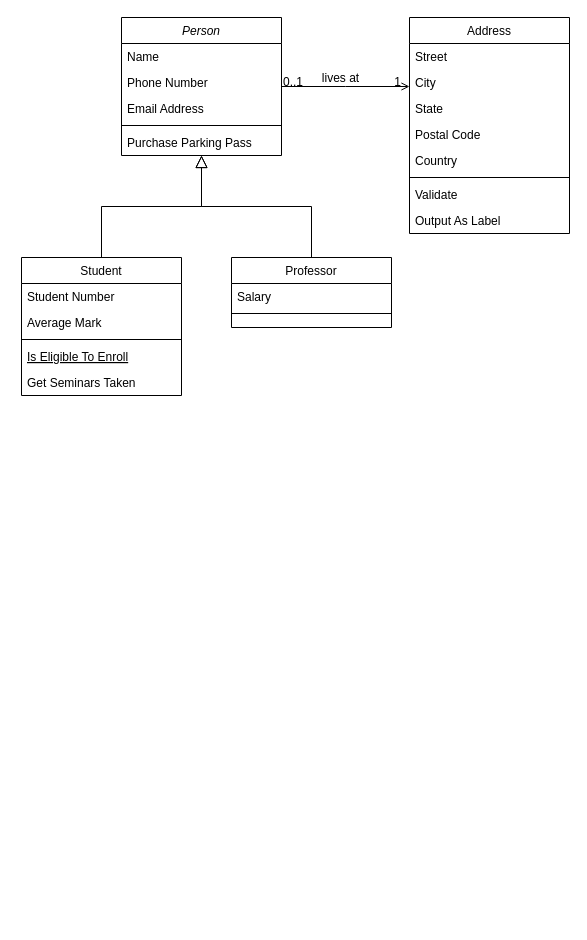
The draw.io diagram Class-Diagram-Perpus-Digital.drawio in septihadiilham/tefa, before the edit. Source tidied: cells renumbered, new cells numbered last; positions are measured from the earlier drawing's top-left corner, leaving out a move shared by most shapes. Both pictures are drawn from the tidied source at 100%, with x=0, y=0 at pixel (21, 17).
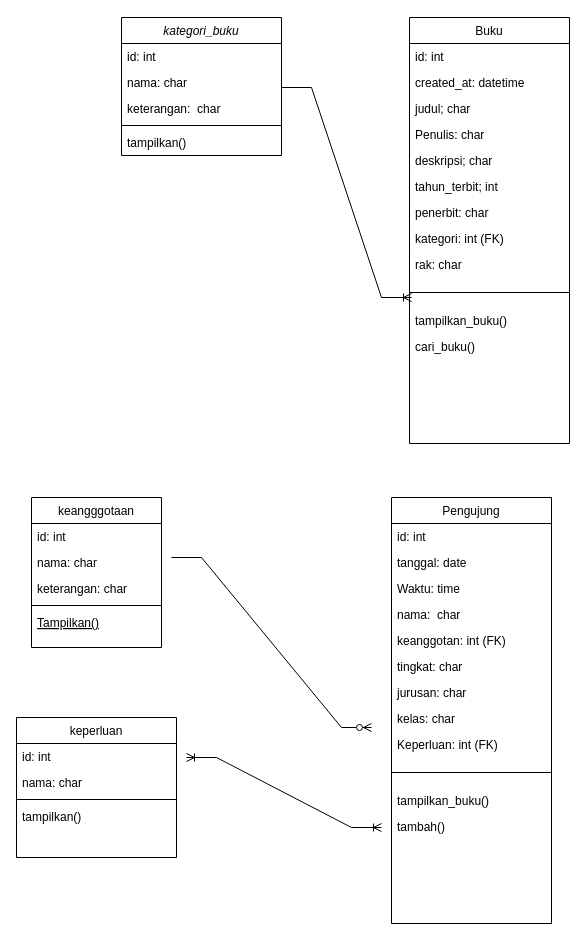
Above is the later version.

Diff of the diagram source:
```diff
@@
-    <mxCell id="2" value="Person" style="swimlane;fontStyle=2;align=center;verticalAlign=top;horizontal=1;startSize=26;rounded=0;shadow=0;strokeWidth=1;" parent="1" vertex="1">
+    <mxCell id="2" value="kategori_buku" style="swimlane;fontStyle=2;align=center;verticalAlign=top;horizontal=1;startSize=26;rounded=0;shadow=0;strokeWidth=1;" parent="1" vertex="1">
       <mxGeometry x="100" width="160" height="138" as="geometry" />
     </mxCell>
-    <mxCell id="3" value="Name" style="text;align=left;verticalAlign=top;spacingLeft=4;spacingRight=4;overflow=hidden;" parent="2" vertex="1">
+    <mxCell id="3" value="id: int" style="text;align=left;verticalAlign=top;spacingLeft=4;spacingRight=4;overflow=hidden;" parent="2" vertex="1">
       <mxGeometry y="26" width="160" height="26" as="geometry" />
     </mxCell>
-    <mxCell id="4" value="Phone Number" style="text;align=left;verticalAlign=top;spacingLeft=4;spacingRight=4;overflow=hidden;rounded=0;shadow=0;html=0;" parent="2" vertex="1">
+    <mxCell id="4" value="nama: char" style="text;align=left;verticalAlign=top;spacingLeft=4;spacingRight=4;overflow=hidden;rounded=0;shadow=0;html=0;" parent="2" vertex="1">
       <mxGeometry y="52" width="160" height="26" as="geometry" />
     </mxCell>
-    <mxCell id="5" value="Email Address" style="text;align=left;verticalAlign=top;spacingLeft=4;spacingRight=4;overflow=hidden;rounded=0;shadow=0;html=0;" parent="2" vertex="1">
+    <mxCell id="5" value="keterangan:  char" style="text;align=left;verticalAlign=top;spacingLeft=4;spacingRight=4;overflow=hidden;rounded=0;shadow=0;html=0;" parent="2" vertex="1">
       <mxGeometry y="78" width="160" height="26" as="geometry" />
     </mxCell>
@@
-    <mxCell id="7" value="Purchase Parking Pass" style="text;align=left;verticalAlign=top;spacingLeft=4;spacingRight=4;overflow=hidden;" parent="2" vertex="1">
+    <mxCell id="7" value="tampilkan()" style="text;align=left;verticalAlign=top;spacingLeft=4;spacingRight=4;overflow=hidden;" parent="2" vertex="1">
       <mxGeometry y="112" width="160" height="26" as="geometry" />
     </mxCell>
-    <mxCell id="8" value="Student" style="swimlane;fontStyle=0;align=center;verticalAlign=top;horizontal=1;startSize=26;rounded=0;shadow=0;strokeWidth=1;" parent="1" vertex="1">
-      <mxGeometry y="240" width="160" height="138" as="geometry" />
+    <mxCell id="8" value="keangggotaan" style="swimlane;fontStyle=0;align=center;verticalAlign=top;horizontal=1;startSize=26;rounded=0;shadow=0;strokeWidth=1;" parent="1" vertex="1">
+      <mxGeometry x="10" y="480" width="130" height="150" as="geometry" />
     </mxCell>
-    <mxCell id="9" value="Student Number" style="text;align=left;verticalAlign=top;spacingLeft=4;spacingRight=4;overflow=hidden;" parent="8" vertex="1">
-      <mxGeometry y="26" width="160" height="26" as="geometry" />
+    <mxCell id="9" value="id: int" style="text;align=left;verticalAlign=top;spacingLeft=4;spacingRight=4;overflow=hidden;" parent="8" vertex="1">
+      <mxGeometry y="26" width="130" height="26" as="geometry" />
     </mxCell>
-    <mxCell id="10" value="Average Mark" style="text;align=left;verticalAlign=top;spacingLeft=4;spacingRight=4;overflow=hidden;rounded=0;shadow=0;html=0;" parent="8" vertex="1">
-      <mxGeometry y="52" width="160" height="26" as="geometry" />
+    <mxCell id="10" value="nama: char" style="text;align=left;verticalAlign=top;spacingLeft=4;spacingRight=4;overflow=hidden;rounded=0;shadow=0;html=0;" parent="8" vertex="1">
+      <mxGeometry y="52" width="130" height="26" as="geometry" />
     </mxCell>
+    <mxCell id="32" value="keterangan: char" style="text;align=left;verticalAlign=top;spacingLeft=4;spacingRight=4;overflow=hidden;rounded=0;shadow=0;html=0;" parent="8" vertex="1">
+      <mxGeometry y="78" width="130" height="26" as="geometry" />
+    </mxCell>
     <mxCell id="11" style="line;html=1;strokeWidth=1;align=left;verticalAlign=middle;spacingTop=-1;spacingLeft=3;spacingRight=3;labelPosition=right;" parent="8" vertex="1">
-      <mxGeometry y="78" width="160" height="8" as="geometry" />
+      <mxGeometry y="104" width="130" height="8" as="geometry" />
     </mxCell>
-    <mxCell id="12" value="Is Eligible To Enroll" style="text;align=left;verticalAlign=top;spacingLeft=4;spacingRight=4;overflow=hidden;fontStyle=4;" parent="8" vertex="1">
-      <mxGeometry y="86" width="160" height="26" as="geometry" />
+    <mxCell id="12" value="Tampilkan()" style="text;align=left;verticalAlign=top;spacingLeft=4;spacingRight=4;overflow=hidden;fontStyle=4;" parent="8" vertex="1">
+      <mxGeometry y="112" width="130" height="26" as="geometry" />
     </mxCell>
-    <mxCell id="13" value="Get Seminars Taken" style="text;align=left;verticalAlign=top;spacingLeft=4;spacingRight=4;overflow=hidden;" parent="8" vertex="1">
-      <mxGeometry y="112" width="160" height="26" as="geometry" />
-    </mxCell>
-    <mxCell id="14" style="endArrow=block;endSize=10;endFill=0;shadow=0;strokeWidth=1;rounded=0;edgeStyle=elbowEdgeStyle;elbow=vertical;" parent="1" edge="1" source="8" target="2">
-      <mxGeometry relative="1" as="geometry" />
-    </mxCell>
-    <mxCell id="15" value="Professor" style="swimlane;fontStyle=0;align=center;verticalAlign=top;horizontal=1;startSize=26;rounded=0;shadow=0;strokeWidth=1;" parent="1" vertex="1">
-      <mxGeometry x="210" y="240" width="160" height="70" as="geometry" />
+    <mxCell id="15" value="keperluan" style="swimlane;fontStyle=0;align=center;verticalAlign=top;horizontal=1;startSize=26;rounded=0;shadow=0;strokeWidth=1;" parent="1" vertex="1">
+      <mxGeometry x="-5" y="700" width="160" height="140" as="geometry" />
     </mxCell>
-    <mxCell id="16" value="Salary" style="text;align=left;verticalAlign=top;spacingLeft=4;spacingRight=4;overflow=hidden;" parent="15" vertex="1">
+    <mxCell id="16" value="id: int" style="text;align=left;verticalAlign=top;spacingLeft=4;spacingRight=4;overflow=hidden;" parent="15" vertex="1">
       <mxGeometry y="26" width="160" height="26" as="geometry" />
     </mxCell>
+    <mxCell id="33" value="nama: char" style="text;align=left;verticalAlign=top;spacingLeft=4;spacingRight=4;overflow=hidden;" parent="15" vertex="1">
+      <mxGeometry y="52" width="160" height="26" as="geometry" />
+    </mxCell>
     <mxCell id="17" style="line;html=1;strokeWidth=1;align=left;verticalAlign=middle;spacingTop=-1;spacingLeft=3;spacingRight=3;labelPosition=right;" parent="15" vertex="1">
-      <mxGeometry y="52" width="160" height="8" as="geometry" />
+      <mxGeometry y="78" width="160" height="8" as="geometry" />
     </mxCell>
-    <mxCell id="18" style="endArrow=block;endSize=10;endFill=0;shadow=0;strokeWidth=1;rounded=0;edgeStyle=elbowEdgeStyle;elbow=vertical;" parent="1" edge="1" source="15" target="2">
-      <mxGeometry relative="1" as="geometry" />
-    </mxCell>
+    <mxCell id="34" value="tampilkan()" style="text;align=left;verticalAlign=top;spacingLeft=4;spacingRight=4;overflow=hidden;" parent="15" vertex="1">
+      <mxGeometry y="86" width="160" height="26" as="geometry" />
+    </mxCell>
-    <mxCell id="19" value="Address" style="swimlane;fontStyle=0;align=center;verticalAlign=top;horizontal=1;startSize=26;rounded=0;shadow=0;strokeWidth=1;" parent="1" vertex="1">
-      <mxGeometry x="388" width="160" height="216" as="geometry" />
+    <mxCell id="19" value="Buku" style="swimlane;fontStyle=0;align=center;verticalAlign=top;horizontal=1;startSize=26;rounded=0;shadow=0;strokeWidth=1;" parent="1" vertex="1">
+      <mxGeometry x="388" width="160" height="426" as="geometry" />
     </mxCell>
-    <mxCell id="20" value="Street" style="text;align=left;verticalAlign=top;spacingLeft=4;spacingRight=4;overflow=hidden;" parent="19" vertex="1">
+    <mxCell id="20" value="id: int" style="text;align=left;verticalAlign=top;spacingLeft=4;spacingRight=4;overflow=hidden;" parent="19" vertex="1">
       <mxGeometry y="26" width="160" height="26" as="geometry" />
     </mxCell>
-    <mxCell id="21" value="City" style="text;align=left;verticalAlign=top;spacingLeft=4;spacingRight=4;overflow=hidden;rounded=0;shadow=0;html=0;" parent="19" vertex="1">
+    <mxCell id="21" value="created_at: datetime" style="text;align=left;verticalAlign=top;spacingLeft=4;spacingRight=4;overflow=hidden;rounded=0;shadow=0;html=0;" parent="19" vertex="1">
       <mxGeometry y="52" width="160" height="26" as="geometry" />
     </mxCell>
-    <mxCell id="22" value="State" style="text;align=left;verticalAlign=top;spacingLeft=4;spacingRight=4;overflow=hidden;rounded=0;shadow=0;html=0;" parent="19" vertex="1">
+    <mxCell id="22" value="judul; char" style="text;align=left;verticalAlign=top;spacingLeft=4;spacingRight=4;overflow=hidden;rounded=0;shadow=0;html=0;" parent="19" vertex="1">
       <mxGeometry y="78" width="160" height="26" as="geometry" />
     </mxCell>
-    <mxCell id="23" value="Postal Code" style="text;align=left;verticalAlign=top;spacingLeft=4;spacingRight=4;overflow=hidden;rounded=0;shadow=0;html=0;" parent="19" vertex="1">
+    <mxCell id="23" value="Penulis: char" style="text;align=left;verticalAlign=top;spacingLeft=4;spacingRight=4;overflow=hidden;rounded=0;shadow=0;html=0;" parent="19" vertex="1">
       <mxGeometry y="104" width="160" height="26" as="geometry" />
     </mxCell>
-    <mxCell id="24" value="Country" style="text;align=left;verticalAlign=top;spacingLeft=4;spacingRight=4;overflow=hidden;rounded=0;shadow=0;html=0;" parent="19" vertex="1">
+    <mxCell id="24" value="deskripsi; char" style="text;align=left;verticalAlign=top;spacingLeft=4;spacingRight=4;overflow=hidden;rounded=0;shadow=0;html=0;" parent="19" vertex="1">
       <mxGeometry y="130" width="160" height="26" as="geometry" />
     </mxCell>
+    <mxCell id="35" value="tahun_terbit; int" style="text;align=left;verticalAlign=top;spacingLeft=4;spacingRight=4;overflow=hidden;rounded=0;shadow=0;html=0;" parent="19" vertex="1">
+      <mxGeometry y="156" width="160" height="26" as="geometry" />
+    </mxCell>
+    <mxCell id="36" value="penerbit: char" style="text;align=left;verticalAlign=top;spacingLeft=4;spacingRight=4;overflow=hidden;rounded=0;shadow=0;html=0;" parent="19" vertex="1">
+      <mxGeometry y="182" width="160" height="26" as="geometry" />
+    </mxCell>
+    <mxCell id="37" value="kategori: int (FK)" style="text;align=left;verticalAlign=top;spacingLeft=4;spacingRight=4;overflow=hidden;rounded=0;shadow=0;html=0;" parent="19" vertex="1">
+      <mxGeometry y="208" width="160" height="26" as="geometry" />
+    </mxCell>
+    <mxCell id="38" value="rak: char" style="text;align=left;verticalAlign=top;spacingLeft=4;spacingRight=4;overflow=hidden;rounded=0;shadow=0;html=0;" parent="19" vertex="1">
+      <mxGeometry y="234" width="160" height="26" as="geometry" />
+    </mxCell>
     <mxCell id="25" style="line;html=1;strokeWidth=1;align=left;verticalAlign=middle;spacingTop=-1;spacingLeft=3;spacingRight=3;labelPosition=right;" parent="19" vertex="1">
-      <mxGeometry y="156" width="160" height="8" as="geometry" />
+      <mxGeometry y="260" width="160" height="30" as="geometry" />
     </mxCell>
-    <mxCell id="26" value="Validate" style="text;align=left;verticalAlign=top;spacingLeft=4;spacingRight=4;overflow=hidden;" parent="19" vertex="1">
-      <mxGeometry y="164" width="160" height="26" as="geometry" />
+    <mxCell id="26" value="tampilkan_buku()" style="text;align=left;verticalAlign=top;spacingLeft=4;spacingRight=4;overflow=hidden;" parent="19" vertex="1">
+      <mxGeometry y="290" width="160" height="26" as="geometry" />
     </mxCell>
-    <mxCell id="27" value="Output As Label" style="text;align=left;verticalAlign=top;spacingLeft=4;spacingRight=4;overflow=hidden;" parent="19" vertex="1">
-      <mxGeometry y="190" width="160" height="26" as="geometry" />
+    <mxCell id="27" value="cari_buku()" style="text;align=left;verticalAlign=top;spacingLeft=4;spacingRight=4;overflow=hidden;" parent="19" vertex="1">
+      <mxGeometry y="316" width="160" height="26" as="geometry" />
     </mxCell>
-    <mxCell id="28" style="endArrow=open;shadow=0;strokeWidth=1;rounded=0;endFill=1;edgeStyle=elbowEdgeStyle;elbow=vertical;" parent="1" edge="1" source="2" target="19">
-      <mxGeometry x="0.5" y="41" relative="1" as="geometry">
-        <mxPoint x="-40" y="32" as="offset" />
-      </mxGeometry>
-    </mxCell>
-    <mxCell id="29" value="0..1" style="align=left;verticalAlign=bottom;labelBackgroundColor=none;fontSize=12;" parent="28" vertex="1">
-      <mxGeometry x="-1" relative="1" as="geometry">
-        <mxPoint y="4" as="offset" />
-      </mxGeometry>
-    </mxCell>
-    <mxCell id="30" value="1" style="align=right;verticalAlign=bottom;labelBackgroundColor=none;fontSize=12;" parent="28" vertex="1">
-      <mxGeometry x="1" relative="1" as="geometry">
-        <mxPoint x="-7" y="4" as="offset" />
-      </mxGeometry>
-    </mxCell>
-    <mxCell id="31" value="lives at" style="text;html=1;align=center;verticalAlign=middle;labelBackgroundColor=none;rounded=0;shadow=0;strokeWidth=1;fontSize=12;" parent="28" vertex="1">
-      <mxGeometry x="0.5" y="49" relative="1" as="geometry">
-        <mxPoint x="-38" y="40" as="offset" />
-      </mxGeometry>
-    </mxCell>
+    <mxCell id="39" style="edgeStyle=entityRelationEdgeStyle;fontSize=12;html=1;endArrow=ERoneToMany;rounded=0;" parent="1" edge="1">
+      <mxGeometry relative="1" as="geometry">
+        <mxPoint x="260" y="70" as="sourcePoint" />
+        <mxPoint x="390" y="280" as="targetPoint" />
+      </mxGeometry>
+    </mxCell>
+    <mxCell id="40" value="Pengujung" style="swimlane;fontStyle=0;align=center;verticalAlign=top;horizontal=1;startSize=26;rounded=0;shadow=0;strokeWidth=1;" parent="1" vertex="1">
+      <mxGeometry x="370" y="480" width="160" height="426" as="geometry" />
+    </mxCell>
+    <mxCell id="41" value="id: int" style="text;align=left;verticalAlign=top;spacingLeft=4;spacingRight=4;overflow=hidden;" parent="40" vertex="1">
+      <mxGeometry y="26" width="160" height="26" as="geometry" />
+    </mxCell>
+    <mxCell id="42" value="tanggal: date" style="text;align=left;verticalAlign=top;spacingLeft=4;spacingRight=4;overflow=hidden;rounded=0;shadow=0;html=0;" parent="40" vertex="1">
+      <mxGeometry y="52" width="160" height="26" as="geometry" />
+    </mxCell>
+    <mxCell id="43" value="Waktu: time" style="text;align=left;verticalAlign=top;spacingLeft=4;spacingRight=4;overflow=hidden;rounded=0;shadow=0;html=0;" parent="40" vertex="1">
+      <mxGeometry y="78" width="160" height="26" as="geometry" />
+    </mxCell>
+    <mxCell id="44" value="nama:  char" style="text;align=left;verticalAlign=top;spacingLeft=4;spacingRight=4;overflow=hidden;rounded=0;shadow=0;html=0;" parent="40" vertex="1">
+      <mxGeometry y="104" width="160" height="26" as="geometry" />
+    </mxCell>
+    <mxCell id="45" value="keanggotan: int (FK)" style="text;align=left;verticalAlign=top;spacingLeft=4;spacingRight=4;overflow=hidden;rounded=0;shadow=0;html=0;" parent="40" vertex="1">
+      <mxGeometry y="130" width="160" height="26" as="geometry" />
+    </mxCell>
+    <mxCell id="46" value="tingkat: char" style="text;align=left;verticalAlign=top;spacingLeft=4;spacingRight=4;overflow=hidden;rounded=0;shadow=0;html=0;" parent="40" vertex="1">
+      <mxGeometry y="156" width="160" height="26" as="geometry" />
+    </mxCell>
+    <mxCell id="47" value="jurusan: char" style="text;align=left;verticalAlign=top;spacingLeft=4;spacingRight=4;overflow=hidden;rounded=0;shadow=0;html=0;" parent="40" vertex="1">
+      <mxGeometry y="182" width="160" height="26" as="geometry" />
+    </mxCell>
+    <mxCell id="48" value="kelas: char" style="text;align=left;verticalAlign=top;spacingLeft=4;spacingRight=4;overflow=hidden;rounded=0;shadow=0;html=0;" parent="40" vertex="1">
+      <mxGeometry y="208" width="160" height="26" as="geometry" />
+    </mxCell>
+    <mxCell id="49" value="Keperluan: int (FK)" style="text;align=left;verticalAlign=top;spacingLeft=4;spacingRight=4;overflow=hidden;rounded=0;shadow=0;html=0;" parent="40" vertex="1">
+      <mxGeometry y="234" width="160" height="26" as="geometry" />
+    </mxCell>
+    <mxCell id="50" style="line;html=1;strokeWidth=1;align=left;verticalAlign=middle;spacingTop=-1;spacingLeft=3;spacingRight=3;labelPosition=right;" parent="40" vertex="1">
+      <mxGeometry y="260" width="160" height="30" as="geometry" />
+    </mxCell>
+    <mxCell id="51" value="tampilkan_buku()" style="text;align=left;verticalAlign=top;spacingLeft=4;spacingRight=4;overflow=hidden;" parent="40" vertex="1">
+      <mxGeometry y="290" width="160" height="26" as="geometry" />
+    </mxCell>
+    <mxCell id="52" value="tambah()" style="text;align=left;verticalAlign=top;spacingLeft=4;spacingRight=4;overflow=hidden;" parent="40" vertex="1">
+      <mxGeometry y="316" width="160" height="26" as="geometry" />
+    </mxCell>
+    <mxCell id="53" style="edgeStyle=entityRelationEdgeStyle;fontSize=12;html=1;endArrow=ERzeroToMany;endFill=1;rounded=0;" parent="1" edge="1">
+      <mxGeometry relative="1" as="geometry">
+        <mxPoint x="150" y="540" as="sourcePoint" />
+        <mxPoint x="350" y="710" as="targetPoint" />
+      </mxGeometry>
+    </mxCell>
+    <mxCell id="54" style="edgeStyle=entityRelationEdgeStyle;fontSize=12;html=1;endArrow=ERoneToMany;startArrow=ERoneToMany;rounded=0;" parent="1" edge="1">
+      <mxGeometry relative="1" as="geometry">
+        <mxPoint x="165" y="740" as="sourcePoint" />
+        <mxPoint x="360" y="810" as="targetPoint" />
+        <Array as="points">
+          <mxPoint x="170" y="740" />
+          <mxPoint x="220" y="810" />
+          <mxPoint x="270" y="450" />
+          <mxPoint x="240" y="530" />
+        </Array>
+      </mxGeometry>
+    </mxCell>
```
